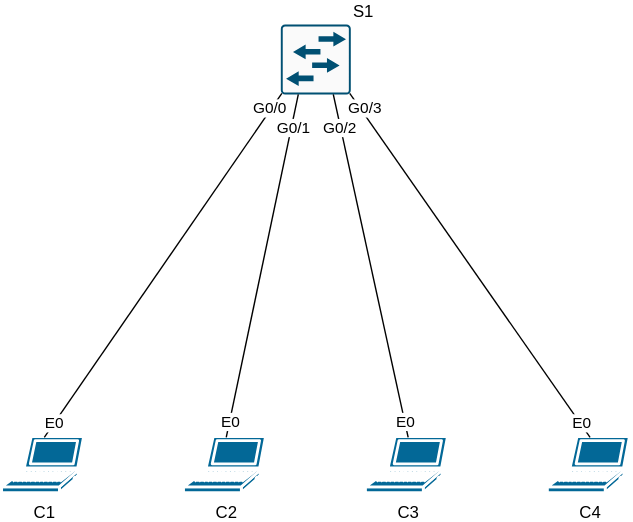
The draw.io diagram modules/layer-2/vlan/vlan-creation/topology/diagram.svg in ackindelt-cyber/ackindelt-networking-cml, before a commit. Source tidied: cells renumbered, new cells last; positions are measured from the earlier drawing's top-left corner, leaving out a move shared by most shapes.
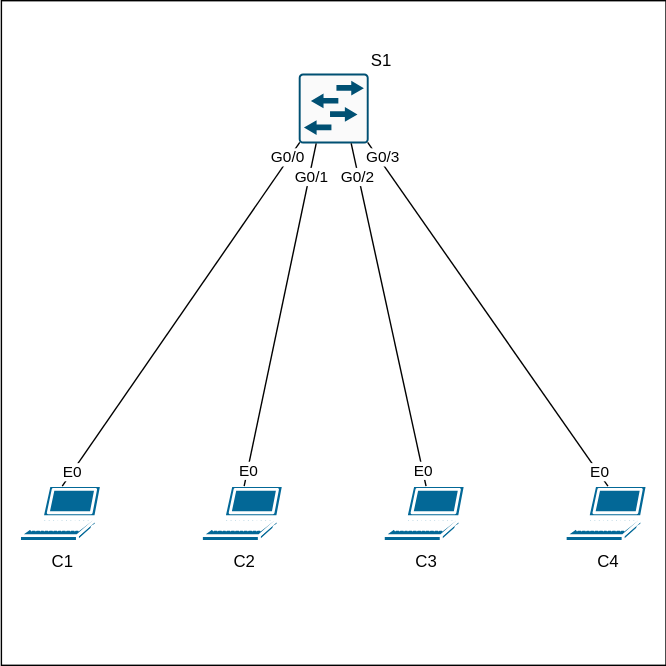
After the commit.

What changed in the source:
```diff
@@ -2,6 +2,9 @@
   <root>
     <mxCell id="0" />
     <mxCell id="1" parent="0" />
+    <mxCell id="19" style="whiteSpace=wrap;html=1;" parent="1" vertex="1">
+      <mxGeometry x="-13.5" y="-52" width="475" height="475" as="geometry" />
+    </mxCell>
     <mxCell id="2" value="C3" style="sketch=0;html=1;dashed=0;fillColor=#036897;strokeColor=#ffffff;strokeWidth=2;verticalLabelPosition=bottom;verticalAlign=top;align=center;outlineConnect=0;shape=mxgraph.cisco.computers_and_peripherals.laptop;" parent="1" vertex="1">
       <mxGeometry x="260" y="295" width="60" height="40" as="geometry" />
     </mxCell>
```
